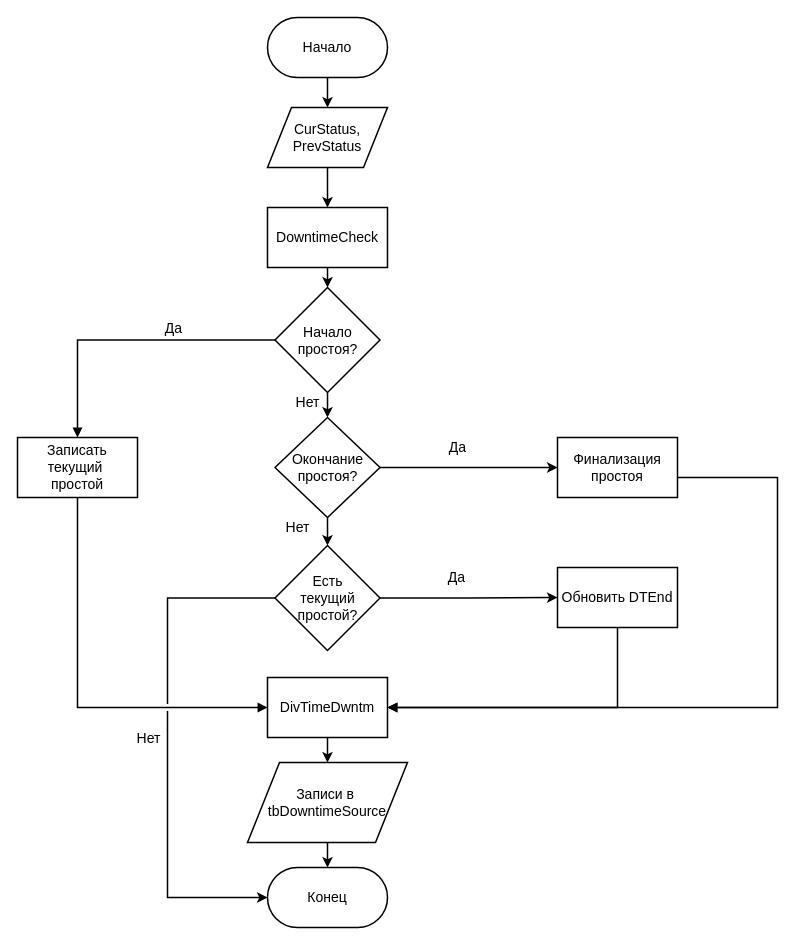
The draw.io diagram page "Page-3" (3 of 21) of diagrams/Untitled Diagram.drawio in KhasanovAMdev/MyDiagrams, before the edit. Source tidied: cells renumbered, new cells numbered last; positions are measured from the earlier drawing's top-left corner, leaving out a move shared by most shapes. Both pictures are drawn from the tidied source at 100%, with x=0, y=0 at pixel (17, 17).
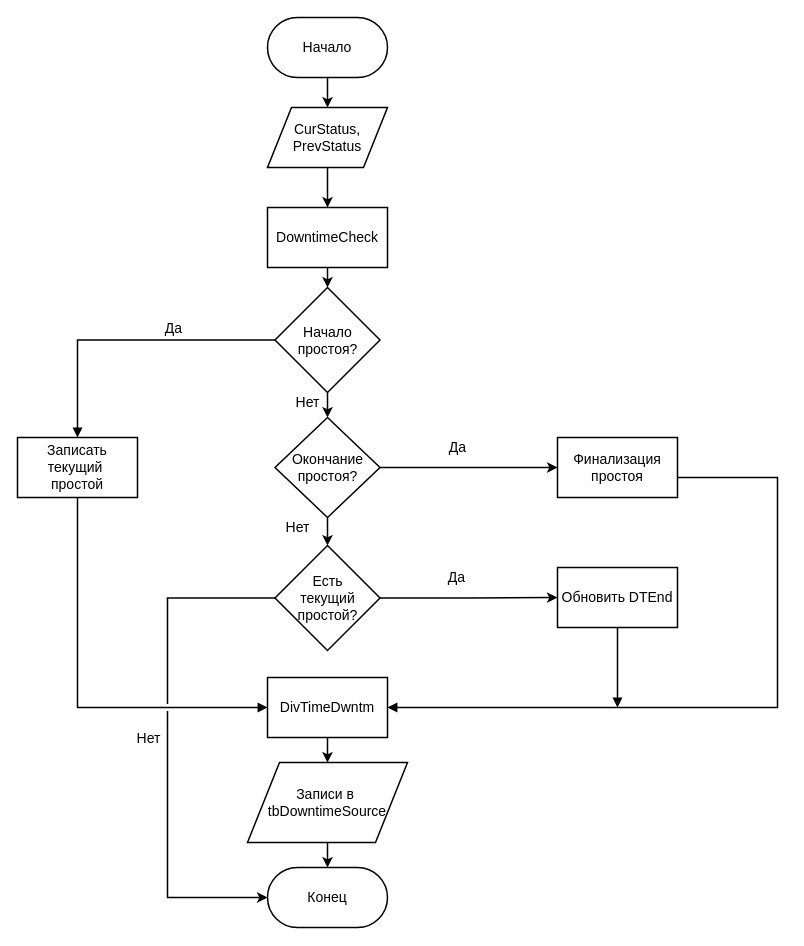
The same page after the edit.

Unchanged cells that the change refers to:
```xml
<mxCell id="10" value="Обновить DTEnd" style="shape=label;whiteSpace=wrap;html=1;fillColor=#ffffff;strokeColor=#000000;strokeWidth=1.5;fontSize=14;rounded=0;" parent="1" vertex="1">
  <mxGeometry x="540" y="550" width="120" height="60" as="geometry" />
</mxCell>
<mxCell id="11" value="DivTimeDwntm" style="shape=label;whiteSpace=wrap;html=1;fillColor=#ffffff;strokeColor=#000000;strokeWidth=1.5;fontSize=14;rounded=0;" parent="1" vertex="1">
  <mxGeometry x="250" y="660" width="120" height="60" as="geometry" />
</mxCell>
```

What changed in the source:
```diff
@@
-    <mxCell id="27" style="edgeStyle=orthogonalEdgeStyle;rounded=0;html=1;strokeWidth=1.5;endArrow=block;endFill=1;fontSize=14;exitX=0.5;exitY=1;exitDx=0;exitDy=0;exitPerimeter=0;" parent="1" edge="1" source="10" target="11">
+    <mxCell id="27" style="edgeStyle=orthogonalEdgeStyle;rounded=0;html=1;strokeWidth=1.5;endArrow=block;endFill=1;fontSize=14;exitX=0.5;exitY=1;exitDx=0;exitDy=0;exitPerimeter=0;" parent="1" edge="1" source="10">
       <mxGeometry x="-0.2" relative="1" as="geometry">
+        <mxPoint x="600" y="690" as="targetPoint" />
         <Array as="points">
           <mxPoint x="600" y="690" />
         </Array>
       </mxGeometry>
     </mxCell>
```
